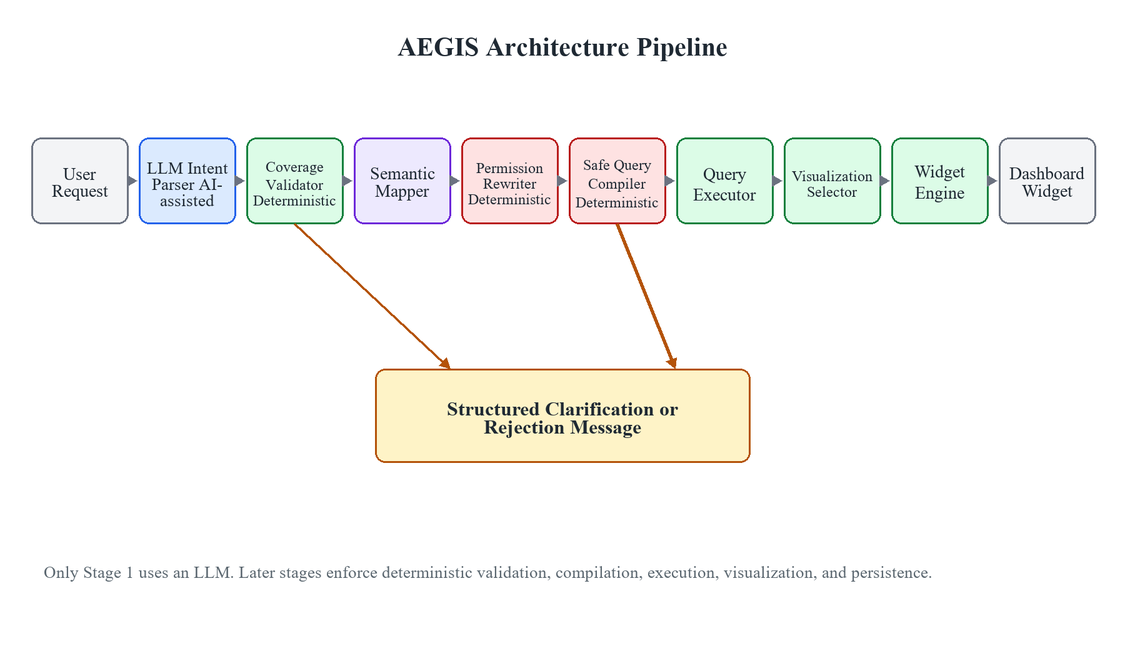
Before: docs/scripts/thesis_book_generator/figures/figure-03-architecture-pipeline.png, a diagram exported from Mermaid (md-riaz/AEGIS-Research). Its source is kept beside it as docs/scripts/thesis_book_generator/figures/source/figure-03-architecture-pipeline.mmd.
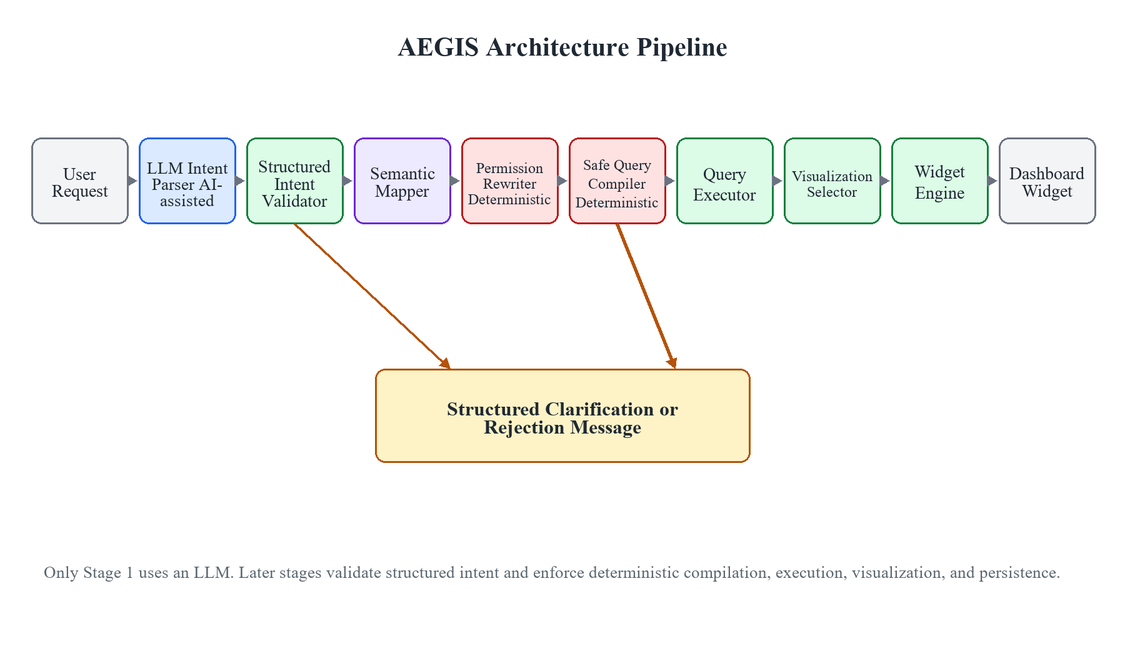
Later version of the same file.

Diff of the diagram source:
```diff
@@ -9,7 +9,7 @@
 
     subgraph GOV["Approved semantic boundary"]
       direction LR
-      C["Coverage check<br/>against original question"]
+      C["Structured intent validation<br/>approved bindings"]
       G["Grounding check<br/>metric, dimension, filters"]
       S["Semantic mapping<br/>business definitions"]
       C --> G --> S
@@ -37,7 +37,7 @@
     U --> L --> C
     S --> P
     E --> CH
-    C -. unsupported .-> R
+    C -. unsupported or unsafe scope .-> R
     G -. ambiguous .-> R
     V -. unsafe .-> R
 
```
